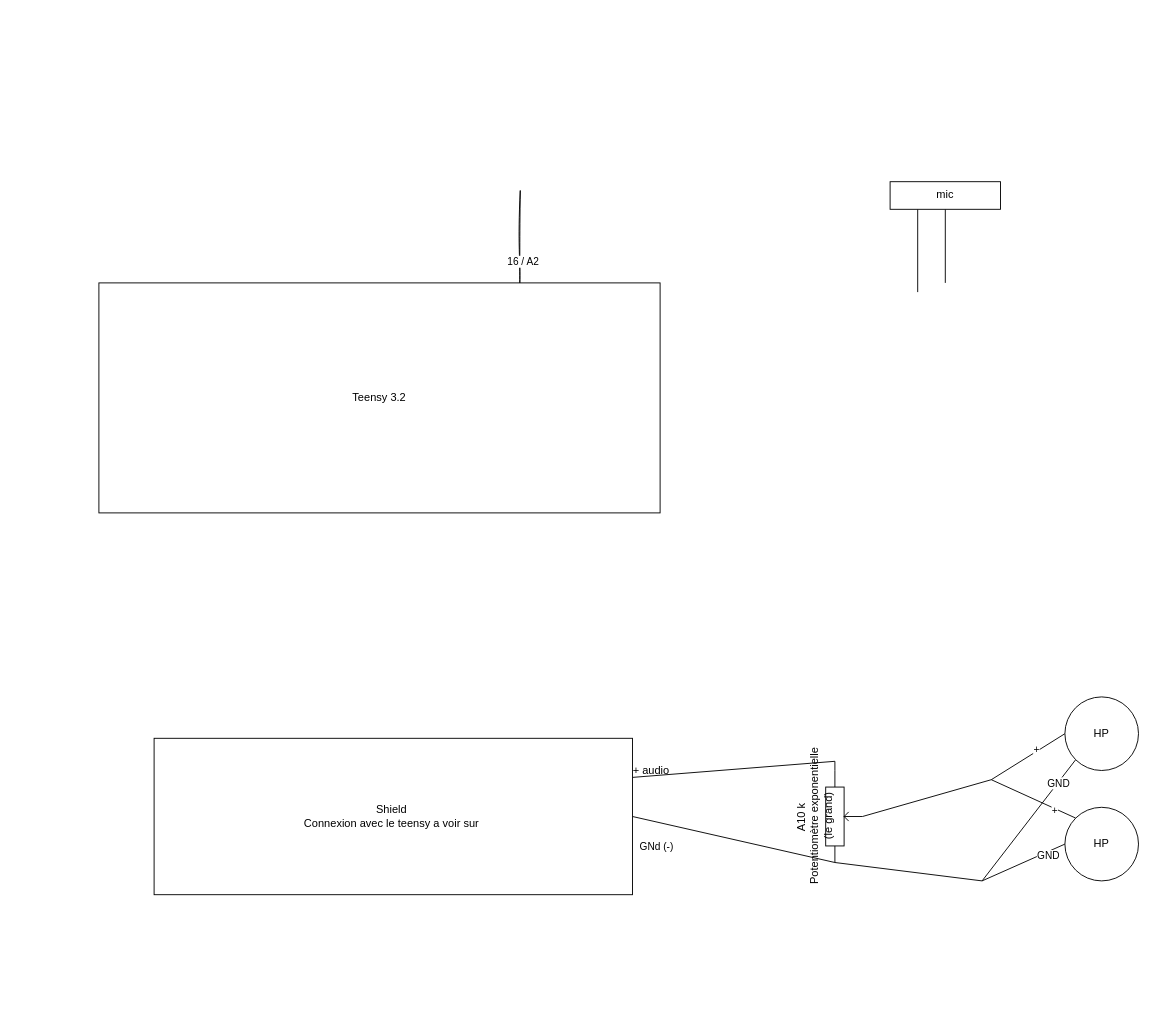
Earlier version of the draw.io diagram Untitled Diagram.drawio (nicomy/voice_changer). Source tidied: cells renumbered, new cells numbered last; positions are measured from the earlier drawing's top-left corner, leaving out a move shared by most shapes. Both pictures are drawn from the tidied source at 92%, with x=0, y=0 at pixel (98, 181).
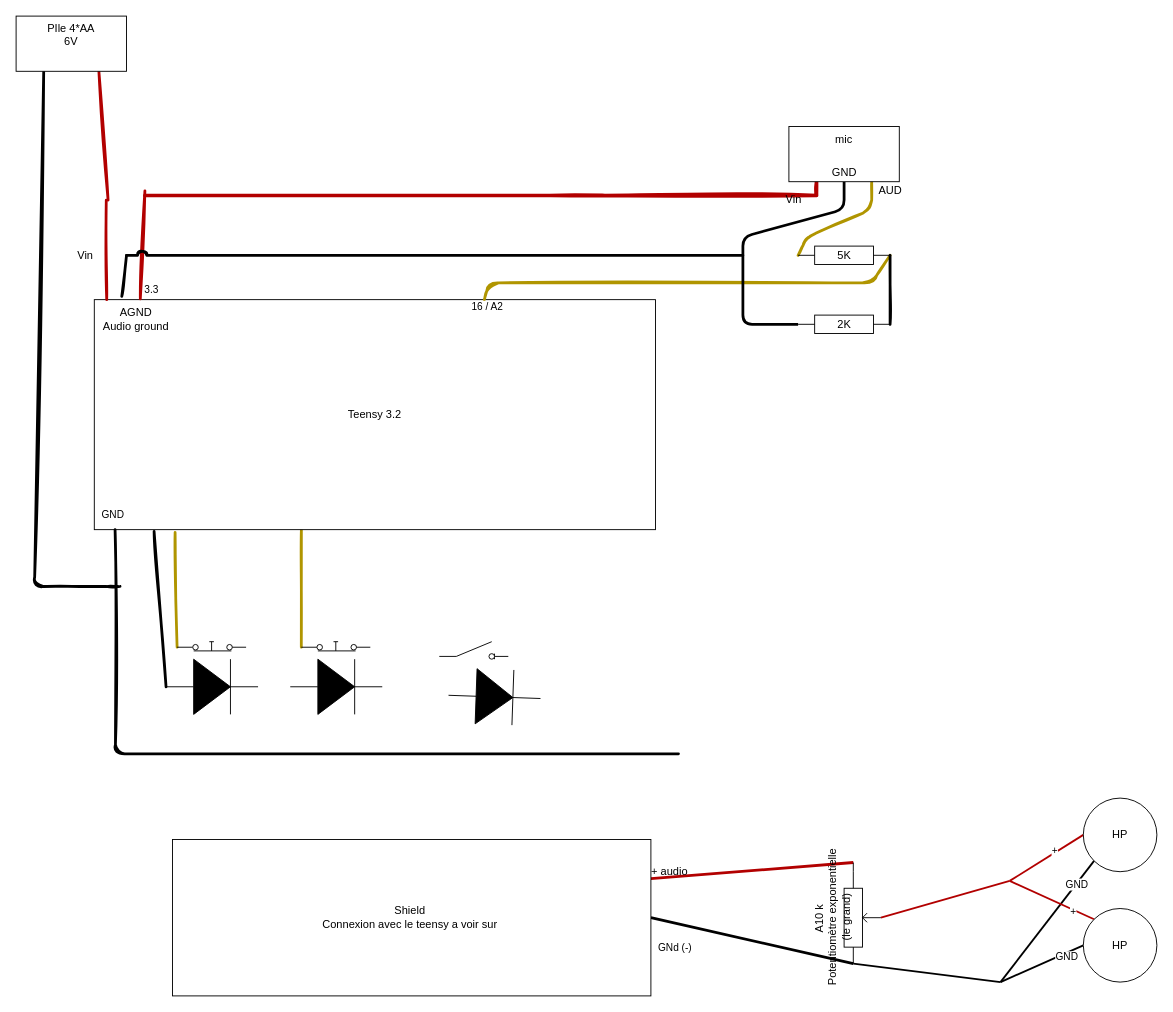
The same page after the edit.

What changed in the source:
```diff
@@
+    <mxCell id="28" style="edgeStyle=none;rounded=1;sketch=1;jumpStyle=arc;jettySize=auto;html=1;exitX=0.144;exitY=1.012;exitDx=0;exitDy=0;entryX=0;entryY=0.6;entryDx=0;entryDy=0;entryPerimeter=0;endArrow=none;endFill=0;strokeWidth=3;fillColor=#e3c800;strokeColor=#B09500;exitPerimeter=0;" parent="1" edge="1" source="4" target="53">
+      <mxGeometry relative="1" as="geometry" />
+    </mxCell>
+    <mxCell id="29" style="edgeStyle=none;rounded=1;sketch=1;jumpStyle=arc;jettySize=auto;html=1;exitX=0.369;exitY=0.998;exitDx=0;exitDy=0;entryX=0;entryY=0.6;entryDx=0;entryDy=0;entryPerimeter=0;endArrow=none;endFill=0;strokeWidth=3;exitPerimeter=0;fillColor=#e3c800;strokeColor=#B09500;" parent="1" edge="1" source="4" target="55">
+      <mxGeometry relative="1" as="geometry" />
+    </mxCell>
+    <mxCell id="30" style="edgeStyle=none;rounded=1;sketch=1;jumpStyle=arc;jettySize=auto;html=1;entryX=0;entryY=0.5;entryDx=0;entryDy=0;entryPerimeter=0;endArrow=none;endFill=0;strokeWidth=3;" parent="1" edge="1" target="56">
+      <mxGeometry relative="1" as="geometry">
+        <mxPoint x="60" y="380" as="sourcePoint" />
+      </mxGeometry>
+    </mxCell>
+    <mxCell id="4" value="Teensy 3.2" style="rounded=0;whiteSpace=wrap;html=1;" parent="1" vertex="1">
+      <mxGeometry x="-5" y="128.2" width="610" height="250" as="geometry" />
+    </mxCell>
-    <mxCell id="2" style="edgeStyle=none;rounded=1;jettySize=auto;html=1;exitX=0.75;exitY=0;exitDx=0;exitDy=0;endArrow=none;endFill=0;sketch=1;jumpStyle=arc;" parent="1" edge="1" source="4">
+    <mxCell id="2" style="edgeStyle=none;rounded=1;jettySize=auto;html=1;exitX=0.695;exitY=0;exitDx=0;exitDy=0;endArrow=none;endFill=0;sketch=1;jumpStyle=arc;strokeWidth=3;fillColor=#e3c800;strokeColor=#B09500;exitPerimeter=0;entryX=1;entryY=0.5;entryDx=0;entryDy=0;entryPerimeter=0;" parent="1" edge="1" source="4" target="46">
       <mxGeometry relative="1" as="geometry">
-        <mxPoint x="458" y="10" as="targetPoint" />
+        <Array as="points">
+          <mxPoint x="424" y="110" />
+          <mxPoint x="540" y="110" />
+          <mxPoint x="660" y="110" />
+          <mxPoint x="840" y="110" />
+        </Array>
       </mxGeometry>
     </mxCell>
     <mxCell id="3" value="16 / A2" style="edgeLabel;html=1;align=center;verticalAlign=middle;" parent="2" vertex="1">
-      <mxGeometry x="-0.53" y="-3" relative="1" as="geometry" />
+      <mxGeometry x="-0.53" y="-3" relative="1" as="geometry">
+        <mxPoint x="-95" y="22" as="offset" />
+      </mxGeometry>
     </mxCell>
-    <mxCell id="4" value="Teensy 3.2" style="rounded=0;whiteSpace=wrap;html=1;" parent="1" vertex="1">
-      <mxGeometry y="110" width="610" height="250" as="geometry" />
-    </mxCell>
+    <mxCell id="31" style="edgeStyle=none;rounded=1;sketch=1;jumpStyle=arc;jettySize=auto;html=1;exitX=0.049;exitY=-0.014;exitDx=0;exitDy=0;endArrow=none;endFill=0;exitPerimeter=0;strokeWidth=3;" parent="1" edge="1" source="4">
+      <mxGeometry relative="1" as="geometry">
+        <mxPoint x="30" y="80" as="targetPoint" />
+      </mxGeometry>
+    </mxCell>
+    <mxCell id="32" style="edgeStyle=none;rounded=1;sketch=1;jumpStyle=arc;jettySize=auto;html=1;exitX=0.082;exitY=-0.003;exitDx=0;exitDy=0;endArrow=none;endFill=0;exitPerimeter=0;fillColor=#e51400;strokeColor=#B20000;strokeWidth=3;" parent="1" edge="1" source="4">
+      <mxGeometry relative="1" as="geometry">
+        <mxPoint x="50" y="10" as="targetPoint" />
+      </mxGeometry>
+    </mxCell>
+    <mxCell id="33" value="3.3" style="edgeLabel;html=1;align=center;verticalAlign=middle;" parent="32" vertex="1">
+      <mxGeometry x="-0.33" y="-3" relative="1" as="geometry">
+        <mxPoint x="7" y="28" as="offset" />
+      </mxGeometry>
+    </mxCell>
+    <mxCell id="34" style="edgeStyle=none;rounded=1;sketch=1;jumpStyle=arc;jettySize=auto;html=1;exitX=0.037;exitY=1;exitDx=0;exitDy=0;endArrow=none;endFill=0;strokeWidth=3;exitPerimeter=0;" parent="1" edge="1" source="4">
+      <mxGeometry relative="1" as="geometry">
+        <mxPoint x="630" y="621.8" as="targetPoint" />
+        <Array as="points">
+          <mxPoint x="18" y="622" />
+        </Array>
+      </mxGeometry>
+    </mxCell>
+    <mxCell id="35" value="GND" style="edgeLabel;html=1;align=center;verticalAlign=middle;" parent="34" vertex="1">
+      <mxGeometry x="-0.52" y="-3" relative="1" as="geometry">
+        <mxPoint y="-222" as="offset" />
+      </mxGeometry>
+    </mxCell>
+    <mxCell id="25" style="edgeStyle=none;rounded=0;jettySize=auto;html=1;exitX=0.25;exitY=1;exitDx=0;exitDy=0;endArrow=none;endFill=0;fillColor=#e51400;strokeColor=#B20000;sketch=1;strokeWidth=4;" parent="1" edge="1" source="27">
+      <mxGeometry relative="1" as="geometry">
+        <mxPoint x="50" y="15" as="targetPoint" />
+        <Array as="points">
+          <mxPoint x="780" y="15" />
+          <mxPoint x="550" y="15" />
+          <mxPoint x="490" y="15" />
+        </Array>
+      </mxGeometry>
+    </mxCell>
+    <mxCell id="26" style="edgeStyle=none;rounded=1;jettySize=auto;html=1;exitX=0.5;exitY=1;exitDx=0;exitDy=0;endArrow=none;endFill=0;strokeWidth=3;entryX=0;entryY=0.5;entryDx=0;entryDy=0;entryPerimeter=0;" parent="1" edge="1" source="27" target="47">
+      <mxGeometry relative="1" as="geometry">
+        <Array as="points">
+          <mxPoint x="810" y="30" />
+          <mxPoint x="700" y="60" />
+          <mxPoint x="700" y="155" />
+        </Array>
+      </mxGeometry>
+    </mxCell>
+    <mxCell id="36" style="edgeStyle=none;rounded=1;sketch=1;jumpStyle=arc;jettySize=auto;html=1;exitX=0.75;exitY=1;exitDx=0;exitDy=0;endArrow=none;endFill=0;fillColor=#e3c800;strokeColor=#B09500;strokeWidth=3;entryX=0;entryY=0.5;entryDx=0;entryDy=0;entryPerimeter=0;" parent="1" edge="1" source="27" target="46">
+      <mxGeometry relative="1" as="geometry">
+        <Array as="points">
+          <mxPoint x="840" y="30" />
+          <mxPoint x="770" y="60" />
+        </Array>
+      </mxGeometry>
+    </mxCell>
+    <mxCell id="27" value="mic" style="rounded=0;whiteSpace=wrap;html=1;align=center;verticalAlign=top;" parent="1" vertex="1">
+      <mxGeometry x="750" y="-60" width="120" height="60" as="geometry" />
+    </mxCell>
+    <mxCell id="37" value="AUD" style="text;html=1;align=center;verticalAlign=middle;strokeColor=none;fillColor=none;" parent="1" vertex="1">
+      <mxGeometry x="840" width="40" height="20" as="geometry" />
+    </mxCell>
+    <mxCell id="38" value="GND" style="text;html=1;align=center;verticalAlign=middle;strokeColor=none;fillColor=none;" parent="1" vertex="1">
+      <mxGeometry x="790" y="-20" width="40" height="20" as="geometry" />
+    </mxCell>
+    <mxCell id="39" value="Vin" style="text;html=1;align=center;verticalAlign=middle;strokeColor=none;fillColor=none;" parent="1" vertex="1">
+      <mxGeometry x="740" y="10" width="30" height="20" as="geometry" />
+    </mxCell>
+    <mxCell id="40" style="group;" parent="1" vertex="1">
+      <mxGeometry x="-30" y="20" width="38.5" height="108.2" as="geometry" />
+    </mxCell>
+    <mxCell id="41" style="edgeStyle=none;rounded=1;sketch=1;jumpStyle=arc;orthogonalLoop=1;jettySize=auto;html=1;exitX=0.086;exitY=-0.007;exitDx=0;exitDy=0;endArrow=none;endFill=0;exitPerimeter=0;strokeWidth=3;fillColor=#e51400;strokeColor=#B20000;" parent="40" edge="1">
+      <mxGeometry relative="1" as="geometry">
+        <mxPoint x="38.5" y="108.2" as="sourcePoint" />
+        <mxPoint x="38" as="targetPoint" />
+      </mxGeometry>
+    </mxCell>
+    <mxCell id="42" value="Vin" style="text;html=1;align=center;verticalAlign=middle;strokeColor=none;fillColor=none;" parent="40" vertex="1">
+      <mxGeometry y="50" width="30" height="20" as="geometry" />
+    </mxCell>
+    <mxCell id="43" value="AGND&lt;br&gt;Audio ground" style="text;html=1;align=center;verticalAlign=middle;strokeColor=none;fillColor=none;" parent="1" vertex="1">
+      <mxGeometry x="-5" y="135" width="90" height="30" as="geometry" />
+    </mxCell>
+    <mxCell id="44" style="edgeStyle=none;rounded=1;sketch=1;jumpStyle=arc;orthogonalLoop=1;jettySize=auto;html=1;endArrow=none;endFill=0;strokeWidth=3;" parent="1" edge="1">
+      <mxGeometry relative="1" as="geometry">
+        <mxPoint x="700" y="80" as="sourcePoint" />
+        <mxPoint x="30" y="80" as="targetPoint" />
+        <Array as="points">
+          <mxPoint x="630" y="80" />
+        </Array>
+      </mxGeometry>
+    </mxCell>
+    <mxCell id="45" style="group;" parent="1" vertex="1">
+      <mxGeometry x="760" y="70" width="100" height="95" as="geometry" />
+    </mxCell>
+    <mxCell id="46" value="5K" style="verticalLabelPosition=middle;shadow=0;dashed=0;align=center;html=1;verticalAlign=middle;shape=mxgraph.electrical.resistors.resistor_1;labelPosition=center;" parent="45" vertex="1">
+      <mxGeometry width="100" height="20" as="geometry" />
+    </mxCell>
+    <mxCell id="47" value="2K" style="verticalLabelPosition=middle;shadow=0;dashed=0;align=center;html=1;verticalAlign=middle;shape=mxgraph.electrical.resistors.resistor_1;labelPosition=center;" parent="45" vertex="1">
+      <mxGeometry y="75" width="100" height="20" as="geometry" />
+    </mxCell>
+    <mxCell id="48" style="edgeStyle=none;rounded=1;sketch=1;jumpStyle=arc;jettySize=auto;html=1;exitX=1;exitY=0.5;exitDx=0;exitDy=0;exitPerimeter=0;entryX=1;entryY=0.5;entryDx=0;entryDy=0;entryPerimeter=0;endArrow=none;endFill=0;strokeWidth=3;" parent="45" edge="1" source="47" target="46">
+      <mxGeometry relative="1" as="geometry" />
+    </mxCell>
+    <mxCell id="49" style="edgeStyle=none;rounded=1;sketch=1;jumpStyle=arc;orthogonalLoop=1;jettySize=auto;html=1;endArrow=none;endFill=0;strokeWidth=3;" parent="1" edge="1">
+      <mxGeometry relative="1" as="geometry">
+        <mxPoint x="20" y="440" as="sourcePoint" />
+        <mxPoint x="23" y="440" as="targetPoint" />
+      </mxGeometry>
+    </mxCell>
+    <mxCell id="50" style="edgeStyle=none;rounded=1;sketch=1;jumpStyle=arc;jettySize=auto;html=1;exitX=0.75;exitY=1;exitDx=0;exitDy=0;endArrow=none;endFill=0;strokeWidth=3;fillColor=#e51400;strokeColor=#B20000;" parent="1" edge="1" source="52">
+      <mxGeometry relative="1" as="geometry">
+        <mxPoint x="10" y="20" as="targetPoint" />
+      </mxGeometry>
+    </mxCell>
+    <mxCell id="51" style="edgeStyle=none;rounded=1;sketch=1;jumpStyle=arc;jettySize=auto;html=1;exitX=0.25;exitY=1;exitDx=0;exitDy=0;endArrow=none;endFill=0;strokeWidth=3;" parent="1" edge="1" source="52">
+      <mxGeometry relative="1" as="geometry">
+        <mxPoint x="20" y="440" as="targetPoint" />
+        <Array as="points">
+          <mxPoint x="-70" y="440" />
+        </Array>
+      </mxGeometry>
+    </mxCell>
+    <mxCell id="52" value="PIle 4*AA&lt;br&gt;6V" style="rounded=0;whiteSpace=wrap;html=1;align=center;verticalAlign=top;" parent="1" vertex="1">
+      <mxGeometry x="-90" y="-180" width="120" height="60" as="geometry" />
+    </mxCell>
+    <mxCell id="53" style="verticalLabelPosition=bottom;shadow=0;dashed=0;align=center;html=1;verticalAlign=top;shape=mxgraph.electrical.electro-mechanical.push_switch_nc;" parent="1" vertex="1">
+      <mxGeometry x="85" y="500" width="75" height="10" as="geometry" />
+    </mxCell>
+    <mxCell id="54" style="verticalLabelPosition=bottom;shadow=0;dashed=0;align=center;html=1;verticalAlign=top;shape=mxgraph.electrical.electro-mechanical.switch_disconnector;" parent="1" vertex="1">
+      <mxGeometry x="370" y="500" width="75" height="19" as="geometry" />
+    </mxCell>
+    <mxCell id="55" style="verticalLabelPosition=bottom;shadow=0;dashed=0;align=center;html=1;verticalAlign=top;shape=mxgraph.electrical.electro-mechanical.push_switch_nc;" parent="1" vertex="1">
+      <mxGeometry x="220" y="500" width="75" height="10" as="geometry" />
+    </mxCell>
+    <mxCell id="56" style="fillColor=strokeColor;verticalLabelPosition=bottom;shadow=0;dashed=0;align=center;html=1;verticalAlign=top;shape=mxgraph.electrical.diodes.diode;" parent="1" vertex="1">
+      <mxGeometry x="73" y="519" width="100" height="60" as="geometry" />
+    </mxCell>
+    <mxCell id="57" style="fillColor=strokeColor;verticalLabelPosition=bottom;shadow=0;dashed=0;align=center;html=1;verticalAlign=top;shape=mxgraph.electrical.diodes.diode;" parent="1" vertex="1">
+      <mxGeometry x="208" y="519" width="100" height="60" as="geometry" />
+    </mxCell>
+    <mxCell id="58" style="fillColor=strokeColor;verticalLabelPosition=bottom;shadow=0;dashed=0;align=center;html=1;verticalAlign=top;shape=mxgraph.electrical.diodes.diode;rotation=2;" parent="1" vertex="1">
+      <mxGeometry x="380" y="530" width="100" height="60" as="geometry" />
+    </mxCell>
+    <mxCell id="59" style="group;" parent="1" vertex="1">
+      <mxGeometry x="80" y="670" width="1070" height="215" as="geometry" />
+    </mxCell>
-    <mxCell id="5" style="edgeStyle=none;rounded=0;jettySize=auto;html=1;exitX=0.5;exitY=1;exitDx=0;exitDy=0;exitPerimeter=0;endArrow=none;endFill=0;" parent="1" edge="1" source="9">
+    <mxCell id="5" style="edgeStyle=none;rounded=0;jettySize=auto;html=1;exitX=0.5;exitY=1;exitDx=0;exitDy=0;exitPerimeter=0;endArrow=none;endFill=0;fillColor=#e51400;strokeColor=#B20000;strokeWidth=2;" parent="59" edge="1" source="9">
       <mxGeometry relative="1" as="geometry">
-        <mxPoint x="970" y="650" as="targetPoint" />
+        <mxPoint x="910" y="90" as="targetPoint" />
       </mxGeometry>
     </mxCell>
-    <mxCell id="6" style="edgeStyle=none;rounded=0;jettySize=auto;html=1;entryX=1;entryY=0.25;entryDx=0;entryDy=0;endArrow=none;endFill=0;" parent="1" edge="1" target="12">
+    <mxCell id="6" style="edgeStyle=none;rounded=0;jettySize=auto;html=1;entryX=1;entryY=0.25;entryDx=0;entryDy=0;endArrow=none;endFill=0;strokeWidth=3;fillColor=#e51400;strokeColor=#B20000;" parent="59" edge="1" target="12">
       <mxGeometry relative="1" as="geometry">
-        <mxPoint x="800" y="630" as="sourcePoint" />
+        <mxPoint x="740" y="70" as="sourcePoint" />
       </mxGeometry>
     </mxCell>
-    <mxCell id="7" style="edgeStyle=none;rounded=0;jettySize=auto;html=1;exitX=1;exitY=0.25;exitDx=0;exitDy=0;exitPerimeter=0;endArrow=none;endFill=0;" parent="1" edge="1" source="9">
+    <mxCell id="7" style="edgeStyle=none;rounded=0;jettySize=auto;html=1;exitX=1;exitY=0.25;exitDx=0;exitDy=0;exitPerimeter=0;endArrow=none;endFill=0;" parent="59" edge="1" source="9">
       <mxGeometry relative="1" as="geometry">
-        <mxPoint x="800" y="630" as="targetPoint" />
+        <mxPoint x="740" y="70" as="targetPoint" />
       </mxGeometry>
     </mxCell>
-    <mxCell id="8" style="edgeStyle=none;rounded=0;jettySize=auto;html=1;exitX=0;exitY=0.25;exitDx=0;exitDy=0;exitPerimeter=0;endArrow=none;endFill=0;" parent="1" edge="1" source="9">
+    <mxCell id="8" style="edgeStyle=none;rounded=0;jettySize=auto;html=1;exitX=0;exitY=0.25;exitDx=0;exitDy=0;exitPerimeter=0;endArrow=none;endFill=0;strokeWidth=2;" parent="59" edge="1" source="9">
       <mxGeometry relative="1" as="geometry">
-        <mxPoint x="960" y="760" as="targetPoint" />
+        <mxPoint x="900" y="200" as="targetPoint" />
       </mxGeometry>
     </mxCell>
-    <mxCell id="9" value="A10 k&amp;nbsp;&lt;br&gt;Potentiomètre exponentielle&lt;br&gt;(le grand)" style="verticalLabelPosition=top;shadow=0;dashed=0;align=center;html=1;verticalAlign=top;shape=mxgraph.electrical.resistors.potentiometer_1;labelPosition=center;rotation=-90;horizontal=1;" parent="1" vertex="1">
-      <mxGeometry x="760" y="670" width="100" height="40" as="geometry" />
+    <mxCell id="9" value="A10 k&amp;nbsp;&lt;br&gt;Potentiomètre exponentielle&lt;br&gt;(le grand)" style="verticalLabelPosition=top;shadow=0;dashed=0;align=center;html=1;verticalAlign=top;shape=mxgraph.electrical.resistors.potentiometer_1;labelPosition=center;rotation=-90;horizontal=1;" parent="59" vertex="1">
+      <mxGeometry x="700" y="110" width="100" height="40" as="geometry" />
     </mxCell>
-    <mxCell id="10" style="edgeStyle=none;rounded=0;jettySize=auto;html=1;exitX=1;exitY=0.5;exitDx=0;exitDy=0;entryX=0;entryY=0.25;entryDx=0;entryDy=0;entryPerimeter=0;endArrow=none;endFill=0;" parent="1" edge="1" source="12" target="9">
+    <mxCell id="10" style="edgeStyle=none;rounded=0;jettySize=auto;html=1;exitX=1;exitY=0.5;exitDx=0;exitDy=0;entryX=0;entryY=0.25;entryDx=0;entryDy=0;entryPerimeter=0;endArrow=none;endFill=0;strokeWidth=3;" parent="59" edge="1" source="12" target="9">
       <mxGeometry relative="1" as="geometry" />
     </mxCell>
@@
-    <mxCell id="12" value="Shield&amp;nbsp;&lt;br&gt;Connexion avec le teensy a voir sur&amp;nbsp;&lt;br&gt;" style="rounded=0;whiteSpace=wrap;html=1;" parent="1" vertex="1">
-      <mxGeometry x="60" y="605" width="520" height="170" as="geometry" />
+    <mxCell id="12" value="Shield&amp;nbsp;&lt;br&gt;Connexion avec le teensy a voir sur&amp;nbsp;&lt;br&gt;" style="rounded=0;whiteSpace=wrap;html=1;" parent="59" vertex="1">
+      <mxGeometry y="45" width="520" height="170" as="geometry" />
     </mxCell>
-    <mxCell id="13" style="edgeStyle=none;rounded=0;jettySize=auto;html=1;exitX=0;exitY=0.5;exitDx=0;exitDy=0;endArrow=none;endFill=0;" parent="1" edge="1" source="17">
+    <mxCell id="13" style="edgeStyle=none;rounded=0;jettySize=auto;html=1;exitX=0;exitY=0.5;exitDx=0;exitDy=0;endArrow=none;endFill=0;fillColor=#e51400;strokeColor=#B20000;strokeWidth=2;" parent="59" edge="1" source="17">
       <mxGeometry relative="1" as="geometry">
-        <mxPoint x="970" y="650" as="targetPoint" />
+        <mxPoint x="910" y="90" as="targetPoint" />
       </mxGeometry>
     </mxCell>
@@
-    <mxCell id="15" style="edgeStyle=none;rounded=0;jettySize=auto;html=1;exitX=0;exitY=1;exitDx=0;exitDy=0;endArrow=none;endFill=0;" parent="1" edge="1" source="17">
+    <mxCell id="15" style="edgeStyle=none;rounded=0;jettySize=auto;html=1;exitX=0;exitY=1;exitDx=0;exitDy=0;endArrow=none;endFill=0;strokeWidth=2;" parent="59" edge="1" source="17">
       <mxGeometry relative="1" as="geometry">
-        <mxPoint x="960" y="760" as="targetPoint" />
+        <mxPoint x="900" y="200" as="targetPoint" />
       </mxGeometry>
     </mxCell>
@@
-    <mxCell id="17" value="HP" style="ellipse;whiteSpace=wrap;html=1;" parent="1" vertex="1">
-      <mxGeometry x="1050" y="560" width="80" height="80" as="geometry" />
+    <mxCell id="17" value="HP" style="ellipse;whiteSpace=wrap;html=1;" parent="59" vertex="1">
+      <mxGeometry x="990" width="80" height="80" as="geometry" />
     </mxCell>
-    <mxCell id="18" style="edgeStyle=none;rounded=0;jettySize=auto;html=1;exitX=0;exitY=0;exitDx=0;exitDy=0;endArrow=none;endFill=0;" parent="1" edge="1" source="22">
+    <mxCell id="18" style="edgeStyle=none;rounded=0;jettySize=auto;html=1;exitX=0;exitY=0;exitDx=0;exitDy=0;endArrow=none;endFill=0;fillColor=#e51400;strokeColor=#B20000;strokeWidth=2;" parent="59" edge="1" source="22">
       <mxGeometry relative="1" as="geometry">
-        <mxPoint x="970" y="650" as="targetPoint" />
+        <mxPoint x="910" y="90" as="targetPoint" />
       </mxGeometry>
     </mxCell>
@@
-    <mxCell id="20" style="edgeStyle=none;rounded=0;jettySize=auto;html=1;exitX=0;exitY=0.5;exitDx=0;exitDy=0;endArrow=none;endFill=0;" parent="1" edge="1" source="22">
+    <mxCell id="20" style="edgeStyle=none;rounded=0;jettySize=auto;html=1;exitX=0;exitY=0.5;exitDx=0;exitDy=0;endArrow=none;endFill=0;strokeWidth=2;" parent="59" edge="1" source="22">
       <mxGeometry relative="1" as="geometry">
-        <mxPoint x="960" y="760" as="targetPoint" />
+        <mxPoint x="900" y="200" as="targetPoint" />
       </mxGeometry>
     </mxCell>
@@
-    <mxCell id="22" value="HP" style="ellipse;whiteSpace=wrap;html=1;" parent="1" vertex="1">
-      <mxGeometry x="1050" y="680" width="80" height="80" as="geometry" />
+    <mxCell id="22" value="HP" style="ellipse;whiteSpace=wrap;html=1;" parent="59" vertex="1">
+      <mxGeometry x="990" y="120" width="80" height="80" as="geometry" />
     </mxCell>
-    <mxCell id="23" style="edgeStyle=none;rounded=0;orthogonalLoop=1;jettySize=auto;html=1;exitX=1;exitY=0.5;exitDx=0;exitDy=0;endArrow=none;endFill=0;" parent="1" edge="1" source="12" target="12">
+    <mxCell id="23" style="edgeStyle=none;rounded=0;orthogonalLoop=1;jettySize=auto;html=1;exitX=1;exitY=0.5;exitDx=0;exitDy=0;endArrow=none;endFill=0;" parent="59" edge="1" source="12" target="12">
       <mxGeometry relative="1" as="geometry" />
     </mxCell>
-    <mxCell id="24" value="+ audio" style="text;html=1;align=center;verticalAlign=middle;strokeColor=none;fillColor=none;" parent="1" vertex="1">
-      <mxGeometry x="570" y="630" width="60" height="20" as="geometry" />
+    <mxCell id="24" value="+ audio" style="text;html=1;align=center;verticalAlign=middle;strokeColor=none;fillColor=none;" parent="59" vertex="1">
+      <mxGeometry x="510" y="70" width="60" height="20" as="geometry" />
     </mxCell>
-    <mxCell id="25" style="edgeStyle=none;rounded=0;jettySize=auto;html=1;exitX=0.25;exitY=1;exitDx=0;exitDy=0;endArrow=none;endFill=0;" parent="1" edge="1" source="27">
-      <mxGeometry relative="1" as="geometry">
-        <mxPoint x="890" y="120" as="targetPoint" />
-      </mxGeometry>
-    </mxCell>
-    <mxCell id="26" style="edgeStyle=none;rounded=0;jettySize=auto;html=1;exitX=0.5;exitY=1;exitDx=0;exitDy=0;endArrow=none;endFill=0;" parent="1" edge="1" source="27">
-      <mxGeometry relative="1" as="geometry">
-        <mxPoint x="920" y="110" as="targetPoint" />
-      </mxGeometry>
-    </mxCell>
-    <mxCell id="27" value="mic" style="rounded=0;whiteSpace=wrap;html=1;align=center;verticalAlign=top;" parent="1" vertex="1">
-      <mxGeometry x="860" width="120" height="30" as="geometry" />
-    </mxCell>
```
